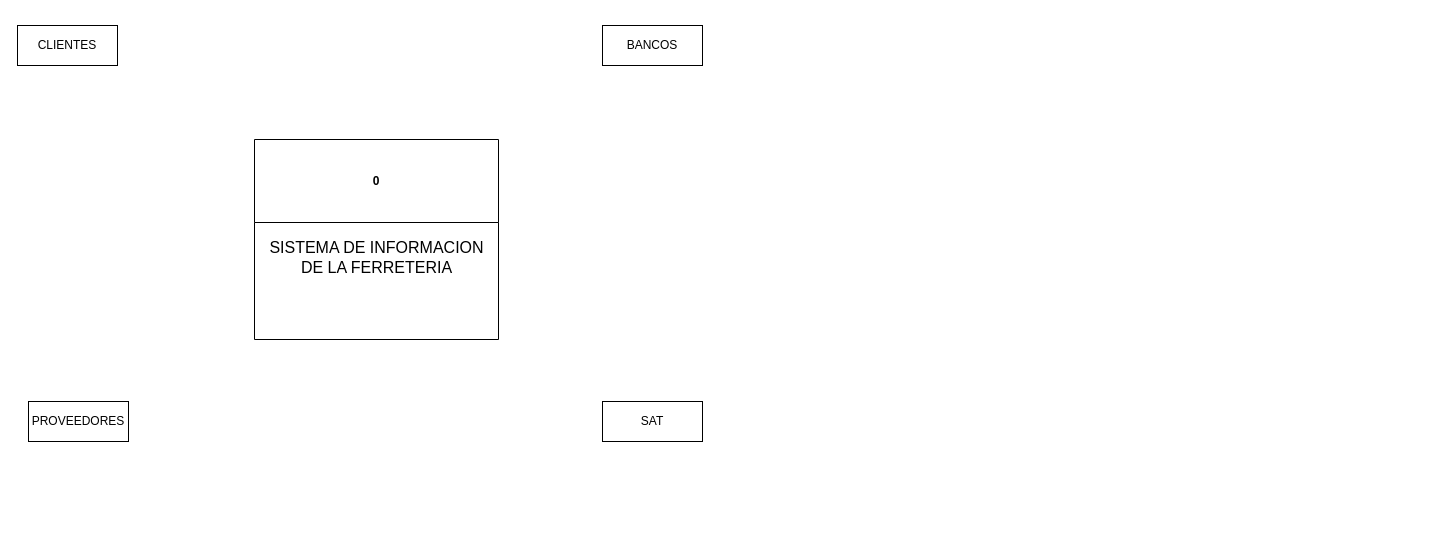
Misstery13/cs246 keeps this draw.io diagram as Diagrama sin título.drawio. Above is the earlier version. Source tidied: cells renumbered, new cells numbered last; positions are measured from the earlier drawing's top-left corner, leaving out a move shared by most shapes. Both pictures are drawn from the tidied source at 100%, with x=0, y=0 at pixel (17, 25).
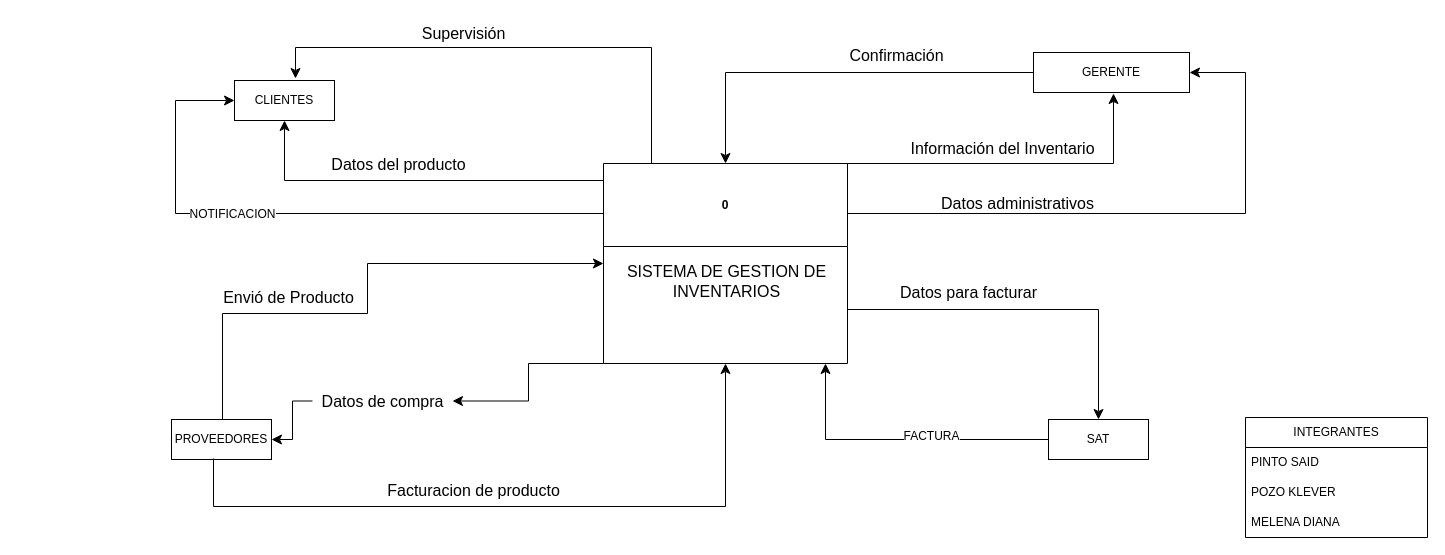
The same page after the edit.

Change to the diagram source:
```diff
@@
     <mxCell id="2" value="0" style="swimlane;whiteSpace=wrap;html=1;startSize=83;" parent="1" vertex="1">
-      <mxGeometry x="237" y="114" width="244" height="200" as="geometry" />
+      <mxGeometry x="586" y="138" width="244" height="200" as="geometry" />
     </mxCell>
-    <mxCell id="3" value="SISTEMA DE INFORMACION&lt;div&gt;DE LA FERRETERIA&lt;/div&gt;" style="text;html=1;align=center;verticalAlign=middle;strokeColor=none;fillColor=none;fontSize=16;" parent="2" vertex="1">
-      <mxGeometry x="6" y="93" width="232" height="50" as="geometry" />
+    <mxCell id="3" value="SISTEMA DE GESTION DE&lt;div&gt;INVENTARIOS&lt;/div&gt;" style="text;html=1;align=center;verticalAlign=middle;strokeColor=none;fillColor=none;fontSize=16;" parent="2" vertex="1">
+      <mxGeometry x="14" y="93" width="217" height="50" as="geometry" />
     </mxCell>
     <mxCell id="4" value="CLIENTES" style="whiteSpace=wrap;html=1;align=center;" parent="1" vertex="1">
-      <mxGeometry width="100" height="40" as="geometry" />
+      <mxGeometry x="217" y="55" width="100" height="40" as="geometry" />
     </mxCell>
     <mxCell id="5" value="PROVEEDORES" style="whiteSpace=wrap;html=1;align=center;" parent="1" vertex="1">
-      <mxGeometry x="11" y="376" width="100" height="40" as="geometry" />
+      <mxGeometry x="154" y="394" width="100" height="40" as="geometry" />
     </mxCell>
-    <mxCell id="6" value="BANCOS" style="whiteSpace=wrap;html=1;align=center;" parent="1" vertex="1">
-      <mxGeometry x="585" width="100" height="40" as="geometry" />
+    <mxCell id="6" value="GERENTE" style="whiteSpace=wrap;html=1;align=center;" parent="1" vertex="1">
+      <mxGeometry x="1016" y="27" width="156" height="40" as="geometry" />
     </mxCell>
     <mxCell id="7" value="SAT" style="whiteSpace=wrap;html=1;align=center;" parent="1" vertex="1">
-      <mxGeometry x="585" y="376" width="100" height="40" as="geometry" />
+      <mxGeometry x="1031" y="394" width="100" height="40" as="geometry" />
     </mxCell>
+    <mxCell id="8" style="edgeStyle=elbowEdgeStyle;elbow=horizontal;endArrow=classic;html=1;curved=0;rounded=0;endSize=8;startSize=8;fontSize=12;entryX=1;entryY=0.5;entryDx=0;entryDy=0;" parent="1" edge="1" source="12" target="5">
+      <mxGeometry relative="1" as="geometry" />
+    </mxCell>
+    <mxCell id="9" style="edgeStyle=segmentEdgeStyle;endArrow=classic;html=1;curved=0;rounded=0;endSize=8;startSize=8;fontSize=12;exitX=0;exitY=0.085;exitDx=0;exitDy=0;exitPerimeter=0;" parent="1" edge="1" source="2">
+      <mxGeometry relative="1" as="geometry">
+        <mxPoint x="267" y="95" as="targetPoint" />
+      </mxGeometry>
+    </mxCell>
+    <mxCell id="10" value="Datos del producto" style="text;html=1;align=center;verticalAlign=middle;strokeColor=none;fillColor=none;fontSize=16;" parent="1" vertex="1">
+      <mxGeometry x="305" y="123" width="152" height="31" as="geometry" />
+    </mxCell>
+    <mxCell id="11" style="edgeStyle=elbowEdgeStyle;elbow=horizontal;endArrow=classic;html=1;curved=0;rounded=0;endSize=8;startSize=8;fontSize=12;entryX=1;entryY=0.5;entryDx=0;entryDy=0;" parent="1" edge="1" target="12">
+      <mxGeometry relative="1" as="geometry">
+        <mxPoint x="586" y="338" as="sourcePoint" />
+      </mxGeometry>
+    </mxCell>
+    <mxCell id="12" value="Datos de compra" style="text;html=1;align=center;verticalAlign=middle;points=[];strokeColor=none;fillColor=none;fontSize=16;" parent="1" vertex="1">
+      <mxGeometry x="295" y="360" width="140" height="31" as="geometry" />
+    </mxCell>
+    <mxCell id="13" style="edgeStyle=elbowEdgeStyle;elbow=vertical;endArrow=classic;html=1;curved=0;rounded=0;endSize=8;startSize=8;fontSize=12;entryX=0.5;entryY=1;entryDx=0;entryDy=0;" parent="1" edge="1">
+      <mxGeometry relative="1" as="geometry">
+        <mxPoint x="830" y="192.5" as="sourcePoint" />
+        <mxPoint x="1096" y="68" as="targetPoint" />
+        <Array as="points">
+          <mxPoint x="921" y="138" />
+        </Array>
+      </mxGeometry>
+    </mxCell>
+    <mxCell id="14" value="Supervisión" style="text;html=1;align=center;verticalAlign=middle;strokeColor=none;fillColor=none;fontSize=16;" parent="1" vertex="1">
+      <mxGeometry x="395" y="-8" width="102" height="31" as="geometry" />
+    </mxCell>
+    <mxCell id="15" style="edgeStyle=segmentEdgeStyle;endArrow=classic;html=1;curved=0;rounded=0;endSize=8;startSize=8;fontSize=12;exitX=0.201;exitY=0.01;exitDx=0;exitDy=0;exitPerimeter=0;" parent="1" edge="1">
+      <mxGeometry relative="1" as="geometry">
+        <mxPoint x="634" y="138" as="sourcePoint" />
+        <mxPoint x="278" y="53" as="targetPoint" />
+        <Array as="points">
+          <mxPoint x="634" y="22" />
+          <mxPoint x="278" y="22" />
+        </Array>
+      </mxGeometry>
+    </mxCell>
+    <mxCell id="16" style="edgeStyle=elbowEdgeStyle;elbow=horizontal;endArrow=classic;html=1;curved=0;rounded=0;endSize=8;startSize=8;fontSize=12;exitX=0.42;exitY=0.975;exitDx=0;exitDy=0;exitPerimeter=0;entryX=0.5;entryY=1;entryDx=0;entryDy=0;" parent="1" edge="1" source="5" target="2">
+      <mxGeometry relative="1" as="geometry">
+        <Array as="points">
+          <mxPoint x="676" y="481" />
+        </Array>
+      </mxGeometry>
+    </mxCell>
+    <mxCell id="17" value="Facturacion de producto" style="text;html=1;align=center;verticalAlign=middle;strokeColor=none;fillColor=none;fontSize=16;" parent="1" vertex="1">
+      <mxGeometry x="360" y="449" width="191" height="31" as="geometry" />
+    </mxCell>
+    <mxCell id="18" style="edgeStyle=segmentEdgeStyle;endArrow=classic;html=1;curved=0;rounded=0;endSize=8;startSize=8;fontSize=12;entryX=0;entryY=0.5;entryDx=0;entryDy=0;" parent="1" edge="1" target="2">
+      <mxGeometry relative="1" as="geometry">
+        <mxPoint x="205" y="394" as="sourcePoint" />
+        <Array as="points">
+          <mxPoint x="205" y="288" />
+          <mxPoint x="350" y="288" />
+          <mxPoint x="350" y="238" />
+        </Array>
+      </mxGeometry>
+    </mxCell>
+    <mxCell id="19" value="Envió de Producto" style="text;html=1;align=center;verticalAlign=middle;strokeColor=none;fillColor=none;fontSize=16;" parent="1" vertex="1">
+      <mxGeometry x="196.5" y="256.5" width="149" height="31" as="geometry" />
+    </mxCell>
+    <mxCell id="20" value="Información del Inventario" style="text;html=1;align=center;verticalAlign=middle;strokeColor=none;fillColor=none;fontSize=16;" parent="1" vertex="1">
+      <mxGeometry x="883.5" y="107.5" width="202" height="31" as="geometry" />
+    </mxCell>
+    <mxCell id="21" style="edgeStyle=segmentEdgeStyle;endArrow=classic;html=1;curved=0;rounded=0;endSize=8;startSize=8;fontSize=12;exitX=0;exitY=0.5;exitDx=0;exitDy=0;entryX=0.5;entryY=0;entryDx=0;entryDy=0;" parent="1" edge="1" source="6" target="2">
+      <mxGeometry relative="1" as="geometry" />
+    </mxCell>
+    <mxCell id="22" value="Confirmación" style="text;html=1;align=center;verticalAlign=middle;strokeColor=none;fillColor=none;fontSize=16;" parent="1" vertex="1">
+      <mxGeometry x="822.5" y="14.5" width="112" height="31" as="geometry" />
+    </mxCell>
+    <mxCell id="23" style="edgeStyle=elbowEdgeStyle;elbow=vertical;endArrow=classic;html=1;curved=0;rounded=0;endSize=8;startSize=8;fontSize=12;entryX=0.5;entryY=0;entryDx=0;entryDy=0;exitX=1;exitY=0.5;exitDx=0;exitDy=0;" parent="1" edge="1" source="2" target="7">
+      <mxGeometry relative="1" as="geometry">
+        <Array as="points">
+          <mxPoint x="972" y="284" />
+        </Array>
+      </mxGeometry>
+    </mxCell>
+    <mxCell id="24" value="Datos para facturar" style="text;html=1;align=center;verticalAlign=middle;strokeColor=none;fillColor=none;fontSize=16;" parent="1" vertex="1">
+      <mxGeometry x="873" y="251" width="155" height="31" as="geometry" />
+    </mxCell>
+    <mxCell id="25" style="edgeStyle=segmentEdgeStyle;endArrow=classic;html=1;curved=0;rounded=0;endSize=8;startSize=8;fontSize=12;exitX=0;exitY=0.5;exitDx=0;exitDy=0;" parent="1" edge="1" source="7">
+      <mxGeometry relative="1" as="geometry">
+        <mxPoint x="808" y="338" as="targetPoint" />
+      </mxGeometry>
+    </mxCell>
+    <mxCell id="26" value="FACTURA" style="edgeLabel;html=1;align=center;verticalAlign=middle;fontSize=12;" parent="25" vertex="1">
+      <mxGeometry x="-0.21" y="-4" relative="1" as="geometry" />
+    </mxCell>
+    <mxCell id="27" style="edgeStyle=elbowEdgeStyle;elbow=horizontal;endArrow=classic;html=1;curved=0;rounded=0;endSize=8;startSize=8;fontSize=12;exitX=0;exitY=0.25;exitDx=0;exitDy=0;entryX=0;entryY=0.5;entryDx=0;entryDy=0;" parent="1" edge="1" source="2" target="4">
+      <mxGeometry relative="1" as="geometry">
+        <Array as="points">
+          <mxPoint x="158" y="158" />
+        </Array>
+      </mxGeometry>
+    </mxCell>
+    <mxCell id="28" value="NOTIFICACION" style="edgeLabel;html=1;align=center;verticalAlign=middle;fontSize=12;" parent="27" vertex="1">
+      <mxGeometry x="0.24" relative="1" as="geometry" />
+    </mxCell>
+    <mxCell id="29" style="edgeStyle=elbowEdgeStyle;elbow=horizontal;endArrow=classic;html=1;curved=0;rounded=0;endSize=8;startSize=8;fontSize=12;entryX=1;entryY=0.5;entryDx=0;entryDy=0;exitX=1;exitY=0.25;exitDx=0;exitDy=0;" parent="1" edge="1" source="2" target="6">
+      <mxGeometry relative="1" as="geometry">
+        <Array as="points">
+          <mxPoint x="1228" y="214" />
+        </Array>
+      </mxGeometry>
+    </mxCell>
+    <mxCell id="30" value="Datos administrativos" style="text;html=1;align=center;verticalAlign=middle;strokeColor=none;fillColor=none;fontSize=16;" parent="1" vertex="1">
+      <mxGeometry x="914.5" y="162.5" width="171" height="31" as="geometry" />
+    </mxCell>
+    <mxCell id="31" value="INTEGRANTES" style="swimlane;fontStyle=0;horizontal=1;startSize=30;whiteSpace=wrap;html=1;" parent="1" vertex="1">
+      <mxGeometry x="1228" y="392" width="182" height="120" as="geometry" />
+    </mxCell>
+    <mxCell id="32" value="PINTO SAID" style="text;strokeColor=none;fillColor=none;align=left;verticalAlign=middle;spacingLeft=4;spacingRight=4;overflow=hidden;whiteSpace=wrap;html=1;" parent="31" vertex="1">
+      <mxGeometry y="30" width="182" height="30" as="geometry" />
+    </mxCell>
+    <mxCell id="33" value="POZO KLEVER" style="text;strokeColor=none;fillColor=none;align=left;verticalAlign=middle;spacingLeft=4;spacingRight=4;overflow=hidden;whiteSpace=wrap;html=1;" parent="31" vertex="1">
+      <mxGeometry y="60" width="182" height="30" as="geometry" />
+    </mxCell>
+    <mxCell id="34" value="MELENA DIANA" style="text;strokeColor=none;fillColor=none;align=left;verticalAlign=middle;spacingLeft=4;spacingRight=4;overflow=hidden;whiteSpace=wrap;html=1;" parent="31" vertex="1">
+      <mxGeometry y="90" width="182" height="30" as="geometry" />
+    </mxCell>
```
